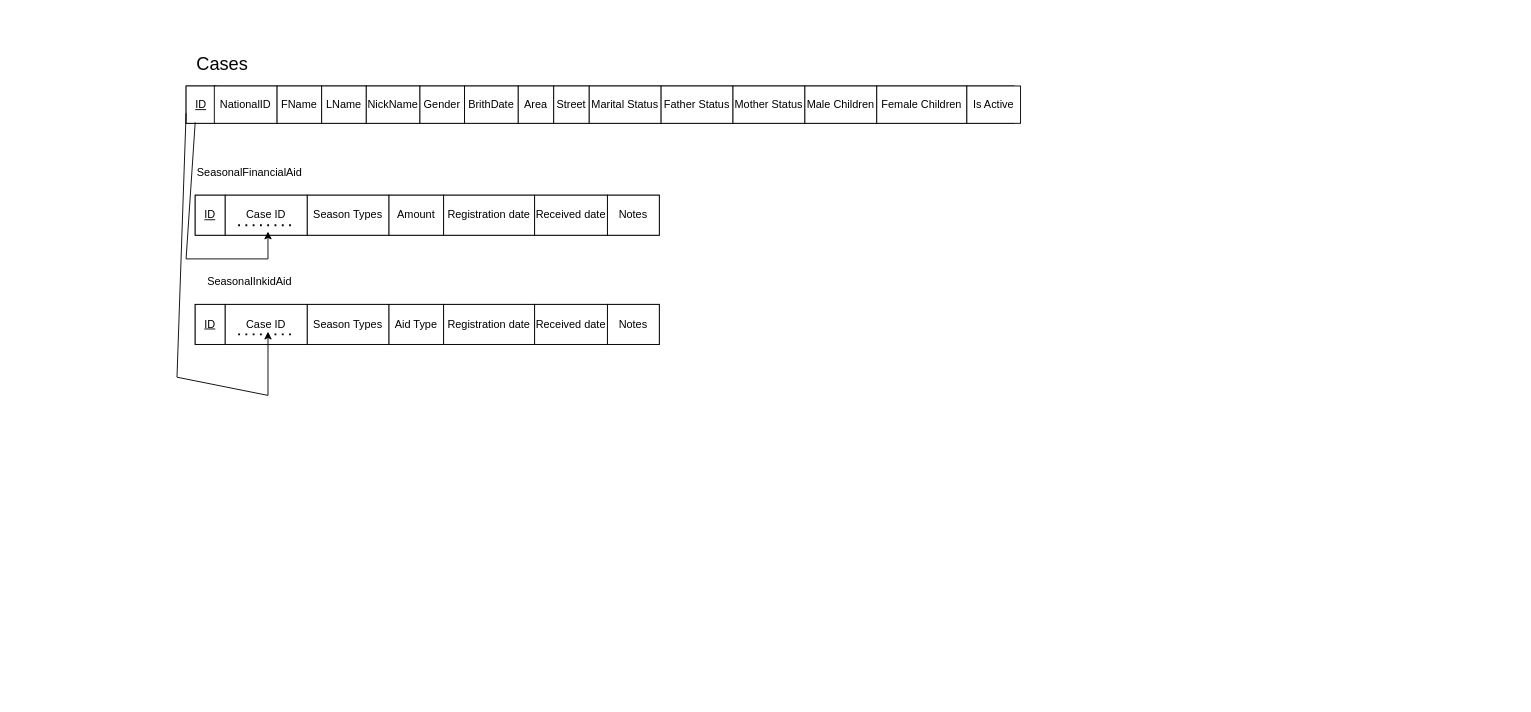
mohamedhany108/Ehsan keeps this draw.io diagram as DataBase/Mapping.drawio. Above is the earlier version. Source tidied: cells renumbered, new cells numbered last; positions are measured from the earlier drawing's top-left corner, leaving out a move shared by most shapes. Both pictures are drawn from the tidied source at 91%, with x=0, y=0 at pixel (177, 49).
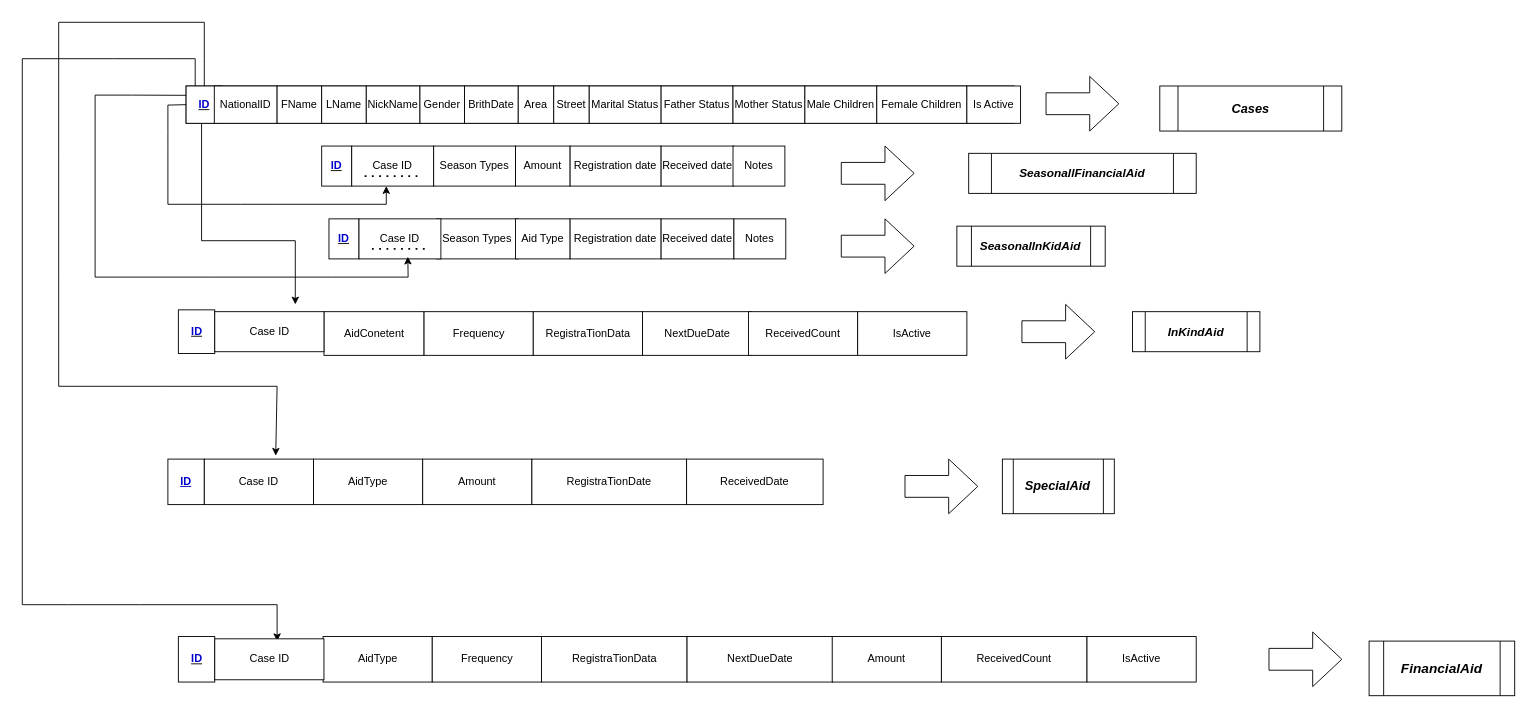
The same page after the edit.

The change refers to these unchanged cells:
```xml
<mxCell id="26" value="Case ID" style="rounded=0;whiteSpace=wrap;html=1;" parent="25" vertex="1">
  <mxGeometry width="90" height="44" as="geometry" />
</mxCell>
<mxCell id="39" value="Case ID" style="rounded=0;whiteSpace=wrap;html=1;" parent="38" vertex="1">
  <mxGeometry width="90" height="44" as="geometry" />
</mxCell>
```

Diff of the diagram source:
```diff
@@
+    <mxCell id="43" style="edgeStyle=orthogonalEdgeStyle;rounded=0;jettySize=auto;html=1;" parent="1" edge="1" source="3">
+      <mxGeometry relative="1" as="geometry">
+        <mxPoint x="130" y="280" as="targetPoint" />
+        <Array as="points">
+          <mxPoint x="27" y="210" />
+          <mxPoint x="130" y="210" />
+        </Array>
+      </mxGeometry>
+    </mxCell>
-    <mxCell id="3" value="ID" style="rounded=0;whiteSpace=wrap;html=1;labelBorderColor=none;strokeColor=default;align=center;verticalAlign=middle;fontFamily=Helvetica;fontSize=12;fontColor=default;fillColor=default;fontStyle=4;" parent="1" vertex="1">
-      <mxGeometry x="10" y="40" width="33" height="41" as="geometry" />
+    <mxCell id="3" value="&lt;b&gt;&lt;font style=&quot;color: rgb(0, 0, 204);&quot;&gt;ID&lt;/font&gt;&lt;/b&gt;" style="rounded=0;whiteSpace=wrap;html=1;labelBorderColor=none;strokeColor=default;align=center;verticalAlign=middle;fontFamily=Helvetica;fontSize=12;fontColor=default;fillColor=default;fontStyle=4;" parent="1" vertex="1">
+      <mxGeometry x="10" y="40" width="40" height="41" as="geometry" />
     </mxCell>
@@
-    <mxCell id="18" style="rounded=0;whiteSpace=wrap;html=1;" parent="1" vertex="1">
-      <mxGeometry x="20" y="160" width="510" height="44" as="geometry" />
-    </mxCell>
-    <mxCell id="19" value="ID" style="rounded=0;whiteSpace=wrap;html=1;labelBorderColor=none;strokeColor=default;align=center;verticalAlign=middle;fontFamily=Helvetica;fontSize=12;fontColor=default;fillColor=default;fontStyle=4;" parent="1" vertex="1">
-      <mxGeometry x="20" y="160" width="33" height="44" as="geometry" />
+    <mxCell id="19" value="&lt;b&gt;&lt;font style=&quot;color: rgb(0, 0, 204);&quot;&gt;ID&lt;/font&gt;&lt;/b&gt;" style="rounded=0;whiteSpace=wrap;html=1;labelBorderColor=none;strokeColor=default;align=center;verticalAlign=middle;fontFamily=Helvetica;fontSize=12;fontColor=default;fillColor=default;fontStyle=4;" parent="1" vertex="1">
+      <mxGeometry x="159" y="106" width="33" height="44" as="geometry" />
     </mxCell>
     <mxCell id="20" value="Season Types" style="rounded=0;whiteSpace=wrap;html=1;" parent="1" vertex="1">
-      <mxGeometry x="143" y="160" width="90" height="44" as="geometry" />
+      <mxGeometry x="282" y="106" width="90" height="44" as="geometry" />
     </mxCell>
     <mxCell id="21" value="Amount" style="rounded=0;whiteSpace=wrap;html=1;" parent="1" vertex="1">
-      <mxGeometry x="233" y="160" width="60" height="44" as="geometry" />
+      <mxGeometry x="372" y="106" width="60" height="44" as="geometry" />
     </mxCell>
     <mxCell id="22" value="Registration date" style="rounded=0;whiteSpace=wrap;html=1;" parent="1" vertex="1">
-      <mxGeometry x="293" y="160" width="100" height="44" as="geometry" />
+      <mxGeometry x="432" y="106" width="100" height="44" as="geometry" />
     </mxCell>
     <mxCell id="23" value="Received date" style="rounded=0;whiteSpace=wrap;html=1;" parent="1" vertex="1">
-      <mxGeometry x="393" y="160" width="80" height="44" as="geometry" />
+      <mxGeometry x="532" y="106" width="80" height="44" as="geometry" />
     </mxCell>
     <mxCell id="24" value="Notes" style="rounded=0;whiteSpace=wrap;html=1;" parent="1" vertex="1">
-      <mxGeometry x="473" y="160" width="57" height="44" as="geometry" />
+      <mxGeometry x="611" y="106" width="57" height="44" as="geometry" />
     </mxCell>
     <mxCell id="25" style="group;" parent="1" vertex="1">
-      <mxGeometry x="53" y="160" width="90" height="44" as="geometry" />
+      <mxGeometry x="192" y="106" width="90" height="44" as="geometry" />
     </mxCell>
@@
-    <mxCell id="28" value="SeasonalFinancialAid" style="text;html=1;align=center;verticalAlign=middle;whiteSpace=wrap;rounded=0;" parent="1" vertex="1">
-      <mxGeometry x="50" y="120" width="60" height="30" as="geometry" />
-    </mxCell>
-    <mxCell id="29" value="&lt;span style=&quot;font-size: 20px;&quot;&gt;Cases&lt;/span&gt;" style="text;html=1;align=center;verticalAlign=middle;whiteSpace=wrap;rounded=0;" parent="1" vertex="1">
-      <mxGeometry x="20" width="60" height="30" as="geometry" />
-    </mxCell>
-    <mxCell id="30" style="endArrow=classic;html=1;rounded=0;entryX=0.522;entryY=0.909;entryDx=0;entryDy=0;entryPerimeter=0;exitX=0.303;exitY=0.976;exitDx=0;exitDy=0;exitPerimeter=0;" parent="1" edge="1" source="3" target="26">
+    <mxCell id="30" style="endArrow=classic;html=1;rounded=0;exitX=0;exitY=0.5;exitDx=0;exitDy=0;" parent="1" edge="1" source="3">
       <mxGeometry relative="1" as="geometry">
+        <mxPoint x="230" y="150" as="targetPoint" />
         <Array as="points">
-          <mxPoint x="10" y="230" />
-          <mxPoint x="100" y="230" />
+          <mxPoint x="-10" y="61" />
+          <mxPoint x="-10" y="90" />
+          <mxPoint x="-10" y="110" />
+          <mxPoint x="-10" y="128" />
+          <mxPoint x="-10" y="170" />
+          <mxPoint x="70" y="170" />
+          <mxPoint x="110" y="170" />
+          <mxPoint x="230" y="170" />
         </Array>
       </mxGeometry>
     </mxCell>
-    <mxCell id="31" style="rounded=0;whiteSpace=wrap;html=1;" parent="1" vertex="1">
-      <mxGeometry x="20" y="280" width="510" height="44" as="geometry" />
-    </mxCell>
-    <mxCell id="32" value="ID" style="rounded=0;whiteSpace=wrap;html=1;labelBorderColor=none;strokeColor=default;align=center;verticalAlign=middle;fontFamily=Helvetica;fontSize=12;fontColor=default;fillColor=default;fontStyle=4;" parent="1" vertex="1">
-      <mxGeometry x="20" y="280" width="33" height="44" as="geometry" />
+    <mxCell id="32" value="&lt;b&gt;&lt;font style=&quot;color: rgb(0, 0, 204);&quot;&gt;ID&lt;/font&gt;&lt;/b&gt;" style="rounded=0;whiteSpace=wrap;html=1;labelBorderColor=none;strokeColor=default;align=center;verticalAlign=middle;fontFamily=Helvetica;fontSize=12;fontColor=default;fillColor=default;fontStyle=4;" parent="1" vertex="1">
+      <mxGeometry x="167" y="186" width="33" height="44" as="geometry" />
     </mxCell>
     <mxCell id="33" value="Season Types" style="rounded=0;whiteSpace=wrap;html=1;" parent="1" vertex="1">
-      <mxGeometry x="143" y="280" width="90" height="44" as="geometry" />
+      <mxGeometry x="285" y="186" width="90" height="44" as="geometry" />
     </mxCell>
     <mxCell id="34" value="Aid Type" style="rounded=0;whiteSpace=wrap;html=1;" parent="1" vertex="1">
-      <mxGeometry x="233" y="280" width="60" height="44" as="geometry" />
+      <mxGeometry x="372" y="186" width="60" height="44" as="geometry" />
     </mxCell>
     <mxCell id="35" value="Registration date" style="rounded=0;whiteSpace=wrap;html=1;" parent="1" vertex="1">
-      <mxGeometry x="293" y="280" width="100" height="44" as="geometry" />
+      <mxGeometry x="432" y="186" width="100" height="44" as="geometry" />
     </mxCell>
     <mxCell id="36" value="Received date" style="rounded=0;whiteSpace=wrap;html=1;" parent="1" vertex="1">
-      <mxGeometry x="393" y="280" width="80" height="44" as="geometry" />
+      <mxGeometry x="532" y="186" width="80" height="44" as="geometry" />
     </mxCell>
     <mxCell id="37" value="Notes" style="rounded=0;whiteSpace=wrap;html=1;" parent="1" vertex="1">
-      <mxGeometry x="473" y="280" width="57" height="44" as="geometry" />
+      <mxGeometry x="612" y="186" width="57" height="44" as="geometry" />
     </mxCell>
     <mxCell id="38" style="group;" parent="1" vertex="1">
-      <mxGeometry x="53" y="280" width="90" height="44" as="geometry" />
+      <mxGeometry x="200" y="186" width="90" height="44" as="geometry" />
     </mxCell>
@@
-    <mxCell id="41" value="SeasonalInkidAid" style="text;html=1;align=center;verticalAlign=middle;whiteSpace=wrap;rounded=0;" parent="1" vertex="1">
-      <mxGeometry x="50" y="240" width="60" height="30" as="geometry" />
-    </mxCell>
-    <mxCell id="42" style="endArrow=classic;html=1;rounded=0;exitX=0;exitY=0.732;exitDx=0;exitDy=0;exitPerimeter=0;" parent="1" edge="1" source="3">
+    <mxCell id="42" style="endArrow=classic;html=1;rounded=0;exitX=0;exitY=0.25;exitDx=0;exitDy=0;entryX=0.596;entryY=0.945;entryDx=0;entryDy=0;entryPerimeter=0;" parent="1" edge="1" source="3" target="39">
       <mxGeometry relative="1" as="geometry">
-        <mxPoint x="100" y="310" as="targetPoint" />
         <Array as="points">
-          <mxPoint y="360" />
-          <mxPoint x="100" y="380" />
+          <mxPoint x="-50" y="50" />
+          <mxPoint x="-90" y="50" />
+          <mxPoint x="-90" y="130" />
+          <mxPoint x="-90" y="208" />
+          <mxPoint x="-90" y="250" />
+          <mxPoint x="10" y="250" />
+          <mxPoint x="40" y="250" />
+          <mxPoint x="90" y="250" />
+          <mxPoint x="170" y="250" />
+          <mxPoint x="220" y="250" />
+          <mxPoint x="254" y="250" />
         </Array>
       </mxGeometry>
     </mxCell>
+    <mxCell id="44" value="&lt;b&gt;&lt;u&gt;&lt;font style=&quot;color: rgb(0, 0, 204);&quot;&gt;ID&lt;/font&gt;&lt;/u&gt;&lt;/b&gt;" style="rounded=0;whiteSpace=wrap;html=1;" parent="1" vertex="1">
+      <mxGeometry x="1.5" y="286" width="40" height="48" as="geometry" />
+    </mxCell>
+    <mxCell id="45" value="AidConetent" style="rounded=0;whiteSpace=wrap;html=1;" parent="1" vertex="1">
+      <mxGeometry x="161.5" y="288" width="110" height="48" as="geometry" />
+    </mxCell>
+    <mxCell id="46" value="Frequency" style="rounded=0;whiteSpace=wrap;html=1;" parent="1" vertex="1">
+      <mxGeometry x="271.5" y="288" width="120" height="48" as="geometry" />
+    </mxCell>
+    <mxCell id="47" value="RegistraTionData" style="rounded=0;whiteSpace=wrap;html=1;" parent="1" vertex="1">
+      <mxGeometry x="391.5" y="288" width="120" height="48" as="geometry" />
+    </mxCell>
+    <mxCell id="48" value="NextDueDate" style="rounded=0;whiteSpace=wrap;html=1;" parent="1" vertex="1">
+      <mxGeometry x="511.5" y="288" width="120" height="48" as="geometry" />
+    </mxCell>
+    <mxCell id="49" value="ReceivedCount" style="rounded=0;whiteSpace=wrap;html=1;" parent="1" vertex="1">
+      <mxGeometry x="628" y="288" width="120" height="48" as="geometry" />
+    </mxCell>
+    <mxCell id="50" value="IsActive" style="rounded=0;whiteSpace=wrap;html=1;" parent="1" vertex="1">
+      <mxGeometry x="748" y="288" width="120" height="48" as="geometry" />
+    </mxCell>
+    <mxCell id="51" style="shape=singleArrow;whiteSpace=wrap;html=1;arrowWidth=0.4;arrowSize=0.4;rounded=0;" parent="1" vertex="1">
+      <mxGeometry x="928.5" y="280" width="80" height="60" as="geometry" />
+    </mxCell>
+    <mxCell id="52" value="&lt;b&gt;&lt;font style=&quot;font-size: 13px;&quot;&gt;&lt;i&gt;InKindAid&lt;/i&gt;&lt;/font&gt;&lt;/b&gt;" style="shape=process;whiteSpace=wrap;html=1;backgroundOutline=1;rounded=0;" parent="1" vertex="1">
+      <mxGeometry x="1050" y="288" width="140" height="44" as="geometry" />
+    </mxCell>
+    <mxCell id="53" value="&lt;b&gt;&lt;i&gt;&lt;font style=&quot;font-size: 13px;&quot;&gt;SeasonallnKidAid&lt;/font&gt;&lt;/i&gt;&lt;/b&gt;" style="shape=process;whiteSpace=wrap;html=1;backgroundOutline=1;rounded=0;" parent="1" vertex="1">
+      <mxGeometry x="857" y="194" width="163" height="44" as="geometry" />
+    </mxCell>
+    <mxCell id="54" style="shape=singleArrow;whiteSpace=wrap;html=1;arrowWidth=0.4;arrowSize=0.4;rounded=0;" parent="1" vertex="1">
+      <mxGeometry x="730" y="186" width="80" height="60" as="geometry" />
+    </mxCell>
+    <mxCell id="55" style="shape=singleArrow;whiteSpace=wrap;html=1;arrowWidth=0.4;arrowSize=0.4;rounded=0;" parent="1" vertex="1">
+      <mxGeometry x="730" y="106" width="80" height="60" as="geometry" />
+    </mxCell>
+    <mxCell id="56" value="&lt;b&gt;&lt;i&gt;&lt;font style=&quot;font-size: 13px;&quot;&gt;SeasonallFinancialAid&lt;/font&gt;&lt;/i&gt;&lt;/b&gt;" style="shape=process;whiteSpace=wrap;html=1;backgroundOutline=1;rounded=0;" parent="1" vertex="1">
+      <mxGeometry x="870" y="114" width="250" height="44" as="geometry" />
+    </mxCell>
+    <mxCell id="57" style="shape=singleArrow;whiteSpace=wrap;html=1;arrowWidth=0.4;arrowSize=0.4;rounded=0;" parent="1" vertex="1">
+      <mxGeometry x="955" y="29.5" width="80" height="60" as="geometry" />
+    </mxCell>
+    <mxCell id="29" value="&lt;b&gt;&lt;i&gt;&lt;font style=&quot;font-size: 14px;&quot;&gt;Cases&lt;/font&gt;&lt;/i&gt;&lt;/b&gt;" style="shape=process;whiteSpace=wrap;html=1;backgroundOutline=1;rounded=0;" parent="1" vertex="1">
+      <mxGeometry x="1080" y="40" width="200" height="49.5" as="geometry" />
+    </mxCell>
+    <mxCell id="58" value="&lt;font style=&quot;color: rgb(0, 0, 204);&quot;&gt;&lt;b&gt;&lt;u&gt;ID&lt;/u&gt;&lt;/b&gt;&lt;/font&gt;" style="rounded=0;whiteSpace=wrap;html=1;" parent="1" vertex="1">
+      <mxGeometry x="-10" y="450" width="40" height="50" as="geometry" />
+    </mxCell>
+    <mxCell id="59" value="AidType" style="rounded=0;whiteSpace=wrap;html=1;" parent="1" vertex="1">
+      <mxGeometry x="150" y="450" width="120" height="50" as="geometry" />
+    </mxCell>
+    <mxCell id="60" value="Amount" style="rounded=0;whiteSpace=wrap;html=1;" parent="1" vertex="1">
+      <mxGeometry x="270" y="450" width="120" height="50" as="geometry" />
+    </mxCell>
+    <mxCell id="61" value="RegistraTionDate" style="rounded=0;whiteSpace=wrap;html=1;" parent="1" vertex="1">
+      <mxGeometry x="390" y="450" width="170" height="50" as="geometry" />
+    </mxCell>
+    <mxCell id="62" value="ReceivedDate" style="rounded=0;whiteSpace=wrap;html=1;" parent="1" vertex="1">
+      <mxGeometry x="560" y="450" width="150" height="50" as="geometry" />
+    </mxCell>
+    <mxCell id="63" style="endArrow=classic;html=1;rounded=0;entryX=0.654;entryY=-0.075;entryDx=0;entryDy=0;exitX=0.5;exitY=0;exitDx=0;exitDy=0;entryPerimeter=0;" parent="1" edge="1" source="3" target="78">
+      <mxGeometry relative="1" as="geometry">
+        <Array as="points">
+          <mxPoint x="30" y="10" />
+          <mxPoint x="30" y="-30" />
+          <mxPoint x="-130" y="-30" />
+          <mxPoint x="-130" y="120" />
+          <mxPoint x="-130" y="250" />
+          <mxPoint x="-130" y="370" />
+          <mxPoint x="-10" y="370" />
+          <mxPoint x="110" y="370" />
+        </Array>
+      </mxGeometry>
+    </mxCell>
+    <mxCell id="64" value="&lt;b&gt;&lt;u&gt;&lt;font style=&quot;color: rgb(0, 0, 204);&quot;&gt;ID&lt;/font&gt;&lt;/u&gt;&lt;/b&gt;" style="rounded=0;whiteSpace=wrap;html=1;" parent="1" vertex="1">
+      <mxGeometry x="1.5" y="645" width="40" height="50" as="geometry" />
+    </mxCell>
+    <mxCell id="65" value="AidType" style="rounded=0;whiteSpace=wrap;html=1;" parent="1" vertex="1">
+      <mxGeometry x="160.5" y="645" width="120" height="50" as="geometry" />
+    </mxCell>
+    <mxCell id="66" value="Frequency" style="rounded=0;whiteSpace=wrap;html=1;" parent="1" vertex="1">
+      <mxGeometry x="280.5" y="645" width="120" height="50" as="geometry" />
+    </mxCell>
+    <mxCell id="67" value="RegistraTionData" style="rounded=0;whiteSpace=wrap;html=1;" parent="1" vertex="1">
+      <mxGeometry x="400.5" y="645" width="160" height="50" as="geometry" />
+    </mxCell>
+    <mxCell id="68" value="NextDueDate" style="rounded=0;whiteSpace=wrap;html=1;" parent="1" vertex="1">
+      <mxGeometry x="560.5" y="645" width="160" height="50" as="geometry" />
+    </mxCell>
+    <mxCell id="69" value="Amount" style="rounded=0;whiteSpace=wrap;html=1;" parent="1" vertex="1">
+      <mxGeometry x="720" y="645" width="120" height="50" as="geometry" />
+    </mxCell>
+    <mxCell id="70" value="ReceivedCount" style="rounded=0;whiteSpace=wrap;html=1;" parent="1" vertex="1">
+      <mxGeometry x="840" y="645" width="160" height="50" as="geometry" />
+    </mxCell>
+    <mxCell id="71" value="IsActive" style="rounded=0;whiteSpace=wrap;html=1;" parent="1" vertex="1">
+      <mxGeometry x="1000" y="645" width="120" height="50" as="geometry" />
+    </mxCell>
+    <mxCell id="72" style="endArrow=classic;html=1;rounded=0;exitX=0.25;exitY=0;exitDx=0;exitDy=0;entryX=0.571;entryY=0.056;entryDx=0;entryDy=0;entryPerimeter=0;" parent="1" edge="1" source="3" target="79">
+      <mxGeometry relative="1" as="geometry">
+        <Array as="points">
+          <mxPoint x="20" y="10" />
+          <mxPoint x="-10" y="10" />
+          <mxPoint x="-70" y="10" />
+          <mxPoint x="-170" y="10" />
+          <mxPoint x="-170" y="260" />
+          <mxPoint x="-170" y="610" />
+          <mxPoint x="-120" y="610" />
+          <mxPoint x="-40" y="610" />
+          <mxPoint x="110" y="610" />
+        </Array>
+      </mxGeometry>
+    </mxCell>
+    <mxCell id="73" style="shape=singleArrow;whiteSpace=wrap;html=1;arrowWidth=0.4;arrowSize=0.4;rounded=0;" parent="1" vertex="1">
+      <mxGeometry x="800" y="450" width="80" height="60" as="geometry" />
+    </mxCell>
+    <mxCell id="74" value="&lt;b&gt;&lt;i&gt;&lt;font style=&quot;font-size: 14px;&quot;&gt;SpecialAid&lt;/font&gt;&lt;/i&gt;&lt;/b&gt;" style="shape=process;whiteSpace=wrap;html=1;backgroundOutline=1;rounded=0;" parent="1" vertex="1">
+      <mxGeometry x="907" y="450" width="123" height="60" as="geometry" />
+    </mxCell>
+    <mxCell id="75" style="shape=singleArrow;whiteSpace=wrap;html=1;arrowWidth=0.4;arrowSize=0.4;rounded=0;" parent="1" vertex="1">
+      <mxGeometry x="1200" y="640" width="80" height="60" as="geometry" />
+    </mxCell>
+    <mxCell id="76" value="&lt;b&gt;&lt;i&gt;&lt;font style=&quot;font-size: 15px;&quot;&gt;FinancialAid&lt;/font&gt;&lt;/i&gt;&lt;/b&gt;" style="shape=process;whiteSpace=wrap;html=1;backgroundOutline=1;rounded=0;" parent="1" vertex="1">
+      <mxGeometry x="1310" y="650" width="160" height="60" as="geometry" />
+    </mxCell>
+    <mxCell id="77" value="Case ID" style="rounded=0;whiteSpace=wrap;html=1;" parent="1" vertex="1">
+      <mxGeometry x="41.5" y="288" width="120" height="44" as="geometry" />
+    </mxCell>
+    <mxCell id="78" value="Case ID" style="rounded=0;whiteSpace=wrap;html=1;" parent="1" vertex="1">
+      <mxGeometry x="30" y="450" width="120" height="50" as="geometry" />
+    </mxCell>
+    <mxCell id="79" value="Case ID" style="rounded=0;whiteSpace=wrap;html=1;" parent="1" vertex="1">
+      <mxGeometry x="41.5" y="647.5" width="120" height="45" as="geometry" />
+    </mxCell>
```
